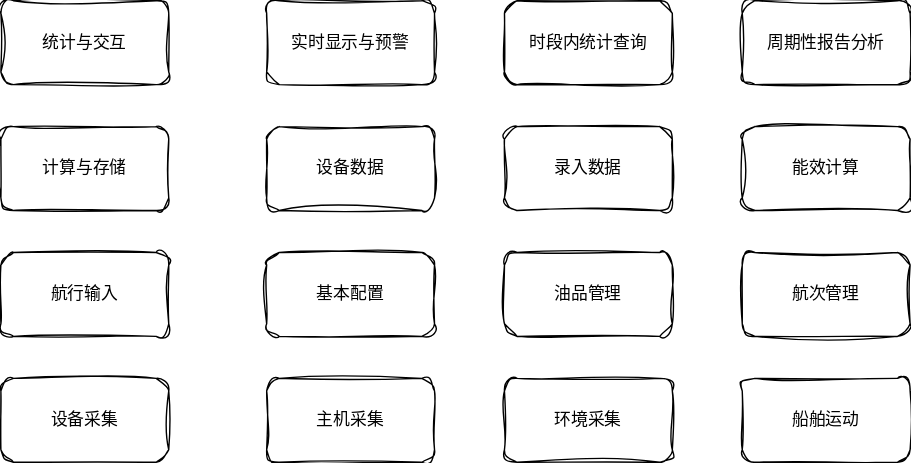
Above: 702-能效.drawio.svg in lzdong0714/note (draw.io), before the change. Source tidied: cells renumbered, new cells last; positions are measured from the earlier drawing's top-left corner, leaving out a move shared by most shapes. The source it was exported from:
```xml
<mxGraphModel>
  <root>
    <mxCell id="0" />
    <mxCell id="1" parent="0" />
    <mxCell id="2" value="航行输入" style="rounded=1;whiteSpace=wrap;html=1;sketch=1;hachureGap=4;jiggle=2;curveFitting=1;fontFamily=Architects Daughter;fontSource=https%3A%2F%2Ffonts.googleapis.com%2Fcss%3Ffamily%3DArchitects%2BDaughter;" parent="1" vertex="1">
      <mxGeometry y="180" width="120" height="60" as="geometry" />
    </mxCell>
    <mxCell id="3" value="设备采集" style="rounded=1;whiteSpace=wrap;html=1;sketch=1;hachureGap=4;jiggle=2;curveFitting=1;fontFamily=Architects Daughter;fontSource=https%3A%2F%2Ffonts.googleapis.com%2Fcss%3Ffamily%3DArchitects%2BDaughter;" parent="1" vertex="1">
      <mxGeometry y="270" width="120" height="60" as="geometry" />
    </mxCell>
    <mxCell id="4" value="计算与存储" style="rounded=1;whiteSpace=wrap;html=1;sketch=1;hachureGap=4;jiggle=2;curveFitting=1;fontFamily=Architects Daughter;fontSource=https%3A%2F%2Ffonts.googleapis.com%2Fcss%3Ffamily%3DArchitects%2BDaughter;" parent="1" vertex="1">
      <mxGeometry y="90" width="120" height="60" as="geometry" />
    </mxCell>
    <mxCell id="5" value="统计与交互" style="rounded=1;whiteSpace=wrap;html=1;sketch=1;hachureGap=4;jiggle=2;curveFitting=1;fontFamily=Architects Daughter;fontSource=https%3A%2F%2Ffonts.googleapis.com%2Fcss%3Ffamily%3DArchitects%2BDaughter;" parent="1" vertex="1">
      <mxGeometry width="120" height="60" as="geometry" />
    </mxCell>
    <mxCell id="6" value="主机采集" style="rounded=1;whiteSpace=wrap;html=1;sketch=1;hachureGap=4;jiggle=2;curveFitting=1;fontFamily=Architects Daughter;fontSource=https%3A%2F%2Ffonts.googleapis.com%2Fcss%3Ffamily%3DArchitects%2BDaughter;" parent="1" vertex="1">
      <mxGeometry x="190" y="270" width="120" height="60" as="geometry" />
    </mxCell>
    <mxCell id="7" value="环境采集" style="rounded=1;whiteSpace=wrap;html=1;sketch=1;hachureGap=4;jiggle=2;curveFitting=1;fontFamily=Architects Daughter;fontSource=https%3A%2F%2Ffonts.googleapis.com%2Fcss%3Ffamily%3DArchitects%2BDaughter;" parent="1" vertex="1">
      <mxGeometry x="360" y="270" width="120" height="60" as="geometry" />
    </mxCell>
    <mxCell id="8" value="船舶运动" style="rounded=1;whiteSpace=wrap;html=1;sketch=1;hachureGap=4;jiggle=2;curveFitting=1;fontFamily=Architects Daughter;fontSource=https%3A%2F%2Ffonts.googleapis.com%2Fcss%3Ffamily%3DArchitects%2BDaughter;" parent="1" vertex="1">
      <mxGeometry x="530" y="270" width="120" height="60" as="geometry" />
    </mxCell>
    <mxCell id="9" value="基本配置" style="rounded=1;whiteSpace=wrap;html=1;sketch=1;hachureGap=4;jiggle=2;curveFitting=1;fontFamily=Architects Daughter;fontSource=https%3A%2F%2Ffonts.googleapis.com%2Fcss%3Ffamily%3DArchitects%2BDaughter;" parent="1" vertex="1">
      <mxGeometry x="190" y="180" width="120" height="60" as="geometry" />
    </mxCell>
    <mxCell id="10" value="油品管理" style="rounded=1;whiteSpace=wrap;html=1;sketch=1;hachureGap=4;jiggle=2;curveFitting=1;fontFamily=Architects Daughter;fontSource=https%3A%2F%2Ffonts.googleapis.com%2Fcss%3Ffamily%3DArchitects%2BDaughter;" parent="1" vertex="1">
      <mxGeometry x="360" y="180" width="120" height="60" as="geometry" />
    </mxCell>
    <mxCell id="11" value="航次管理" style="rounded=1;whiteSpace=wrap;html=1;sketch=1;hachureGap=4;jiggle=2;curveFitting=1;fontFamily=Architects Daughter;fontSource=https%3A%2F%2Ffonts.googleapis.com%2Fcss%3Ffamily%3DArchitects%2BDaughter;" parent="1" vertex="1">
      <mxGeometry x="530" y="180" width="120" height="60" as="geometry" />
    </mxCell>
    <mxCell id="12" value="设备数据" style="rounded=1;whiteSpace=wrap;html=1;sketch=1;hachureGap=4;jiggle=2;curveFitting=1;fontFamily=Architects Daughter;fontSource=https%3A%2F%2Ffonts.googleapis.com%2Fcss%3Ffamily%3DArchitects%2BDaughter;" parent="1" vertex="1">
      <mxGeometry x="190" y="90" width="120" height="60" as="geometry" />
    </mxCell>
    <mxCell id="13" value="录入数据" style="rounded=1;whiteSpace=wrap;html=1;sketch=1;hachureGap=4;jiggle=2;curveFitting=1;fontFamily=Architects Daughter;fontSource=https%3A%2F%2Ffonts.googleapis.com%2Fcss%3Ffamily%3DArchitects%2BDaughter;" parent="1" vertex="1">
      <mxGeometry x="360" y="90" width="120" height="60" as="geometry" />
    </mxCell>
    <mxCell id="14" value="能效计算" style="rounded=1;whiteSpace=wrap;html=1;sketch=1;hachureGap=4;jiggle=2;curveFitting=1;fontFamily=Architects Daughter;fontSource=https%3A%2F%2Ffonts.googleapis.com%2Fcss%3Ffamily%3DArchitects%2BDaughter;" parent="1" vertex="1">
      <mxGeometry x="530" y="90" width="120" height="60" as="geometry" />
    </mxCell>
    <mxCell id="15" value="实时显示与预警" style="rounded=1;whiteSpace=wrap;html=1;sketch=1;hachureGap=4;jiggle=2;curveFitting=1;fontFamily=Architects Daughter;fontSource=https%3A%2F%2Ffonts.googleapis.com%2Fcss%3Ffamily%3DArchitects%2BDaughter;" parent="1" vertex="1">
      <mxGeometry x="190" width="120" height="60" as="geometry" />
    </mxCell>
    <mxCell id="16" value="时段内统计查询" style="rounded=1;whiteSpace=wrap;html=1;sketch=1;hachureGap=4;jiggle=2;curveFitting=1;fontFamily=Architects Daughter;fontSource=https%3A%2F%2Ffonts.googleapis.com%2Fcss%3Ffamily%3DArchitects%2BDaughter;" parent="1" vertex="1">
      <mxGeometry x="360" width="120" height="60" as="geometry" />
    </mxCell>
    <mxCell id="17" value="周期性报告分析" style="rounded=1;whiteSpace=wrap;html=1;sketch=1;hachureGap=4;jiggle=2;curveFitting=1;fontFamily=Architects Daughter;fontSource=https%3A%2F%2Ffonts.googleapis.com%2Fcss%3Ffamily%3DArchitects%2BDaughter;" parent="1" vertex="1">
      <mxGeometry x="530" width="120" height="60" as="geometry" />
    </mxCell>
  </root>
</mxGraphModel>
```
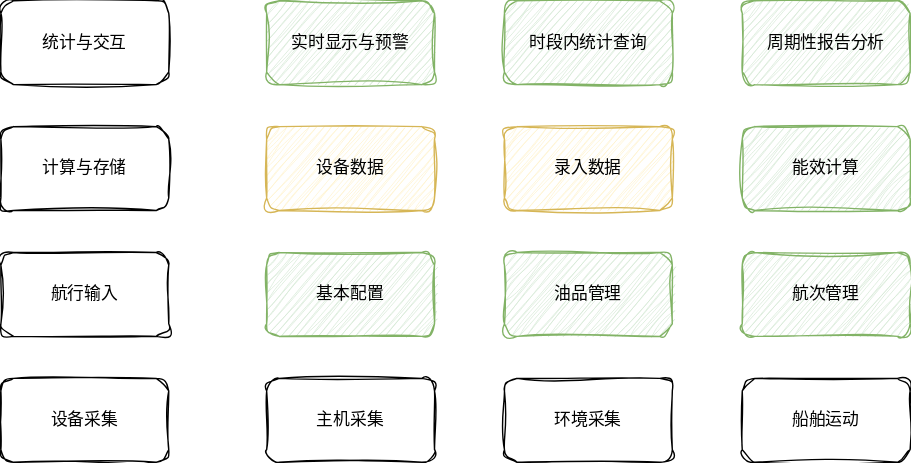
After the commit.

The edit, as a diff of the source:
```diff
@@ -23,31 +23,31 @@
     <mxCell id="8" value="船舶运动" style="rounded=1;whiteSpace=wrap;html=1;sketch=1;hachureGap=4;jiggle=2;curveFitting=1;fontFamily=Architects Daughter;fontSource=https%3A%2F%2Ffonts.googleapis.com%2Fcss%3Ffamily%3DArchitects%2BDaughter;" parent="1" vertex="1">
       <mxGeometry x="530" y="270" width="120" height="60" as="geometry" />
     </mxCell>
-    <mxCell id="9" value="基本配置" style="rounded=1;whiteSpace=wrap;html=1;sketch=1;hachureGap=4;jiggle=2;curveFitting=1;fontFamily=Architects Daughter;fontSource=https%3A%2F%2Ffonts.googleapis.com%2Fcss%3Ffamily%3DArchitects%2BDaughter;" parent="1" vertex="1">
+    <mxCell id="9" value="基本配置" style="rounded=1;whiteSpace=wrap;html=1;sketch=1;hachureGap=4;jiggle=2;curveFitting=1;fontFamily=Architects Daughter;fontSource=https%3A%2F%2Ffonts.googleapis.com%2Fcss%3Ffamily%3DArchitects%2BDaughter;fillColor=#d5e8d4;strokeColor=#82b366;" parent="1" vertex="1">
       <mxGeometry x="190" y="180" width="120" height="60" as="geometry" />
     </mxCell>
-    <mxCell id="10" value="油品管理" style="rounded=1;whiteSpace=wrap;html=1;sketch=1;hachureGap=4;jiggle=2;curveFitting=1;fontFamily=Architects Daughter;fontSource=https%3A%2F%2Ffonts.googleapis.com%2Fcss%3Ffamily%3DArchitects%2BDaughter;" parent="1" vertex="1">
+    <mxCell id="10" value="油品管理" style="rounded=1;whiteSpace=wrap;html=1;sketch=1;hachureGap=4;jiggle=2;curveFitting=1;fontFamily=Architects Daughter;fontSource=https%3A%2F%2Ffonts.googleapis.com%2Fcss%3Ffamily%3DArchitects%2BDaughter;fillColor=#d5e8d4;strokeColor=#82b366;" parent="1" vertex="1">
       <mxGeometry x="360" y="180" width="120" height="60" as="geometry" />
     </mxCell>
-    <mxCell id="11" value="航次管理" style="rounded=1;whiteSpace=wrap;html=1;sketch=1;hachureGap=4;jiggle=2;curveFitting=1;fontFamily=Architects Daughter;fontSource=https%3A%2F%2Ffonts.googleapis.com%2Fcss%3Ffamily%3DArchitects%2BDaughter;" parent="1" vertex="1">
+    <mxCell id="11" value="航次管理" style="rounded=1;whiteSpace=wrap;html=1;sketch=1;hachureGap=4;jiggle=2;curveFitting=1;fontFamily=Architects Daughter;fontSource=https%3A%2F%2Ffonts.googleapis.com%2Fcss%3Ffamily%3DArchitects%2BDaughter;fillColor=#d5e8d4;strokeColor=#82b366;" parent="1" vertex="1">
       <mxGeometry x="530" y="180" width="120" height="60" as="geometry" />
     </mxCell>
-    <mxCell id="12" value="设备数据" style="rounded=1;whiteSpace=wrap;html=1;sketch=1;hachureGap=4;jiggle=2;curveFitting=1;fontFamily=Architects Daughter;fontSource=https%3A%2F%2Ffonts.googleapis.com%2Fcss%3Ffamily%3DArchitects%2BDaughter;" parent="1" vertex="1">
+    <mxCell id="12" value="设备数据" style="rounded=1;whiteSpace=wrap;html=1;sketch=1;hachureGap=4;jiggle=2;curveFitting=1;fontFamily=Architects Daughter;fontSource=https%3A%2F%2Ffonts.googleapis.com%2Fcss%3Ffamily%3DArchitects%2BDaughter;fillColor=#fff2cc;strokeColor=#d6b656;" parent="1" vertex="1">
       <mxGeometry x="190" y="90" width="120" height="60" as="geometry" />
     </mxCell>
-    <mxCell id="13" value="录入数据" style="rounded=1;whiteSpace=wrap;html=1;sketch=1;hachureGap=4;jiggle=2;curveFitting=1;fontFamily=Architects Daughter;fontSource=https%3A%2F%2Ffonts.googleapis.com%2Fcss%3Ffamily%3DArchitects%2BDaughter;" parent="1" vertex="1">
+    <mxCell id="13" value="录入数据" style="rounded=1;whiteSpace=wrap;html=1;sketch=1;hachureGap=4;jiggle=2;curveFitting=1;fontFamily=Architects Daughter;fontSource=https%3A%2F%2Ffonts.googleapis.com%2Fcss%3Ffamily%3DArchitects%2BDaughter;fillColor=#fff2cc;strokeColor=#d6b656;" parent="1" vertex="1">
       <mxGeometry x="360" y="90" width="120" height="60" as="geometry" />
     </mxCell>
-    <mxCell id="14" value="能效计算" style="rounded=1;whiteSpace=wrap;html=1;sketch=1;hachureGap=4;jiggle=2;curveFitting=1;fontFamily=Architects Daughter;fontSource=https%3A%2F%2Ffonts.googleapis.com%2Fcss%3Ffamily%3DArchitects%2BDaughter;" parent="1" vertex="1">
+    <mxCell id="14" value="能效计算" style="rounded=1;whiteSpace=wrap;html=1;sketch=1;hachureGap=4;jiggle=2;curveFitting=1;fontFamily=Architects Daughter;fontSource=https%3A%2F%2Ffonts.googleapis.com%2Fcss%3Ffamily%3DArchitects%2BDaughter;fillColor=#d5e8d4;strokeColor=#82b366;" parent="1" vertex="1">
       <mxGeometry x="530" y="90" width="120" height="60" as="geometry" />
     </mxCell>
-    <mxCell id="15" value="实时显示与预警" style="rounded=1;whiteSpace=wrap;html=1;sketch=1;hachureGap=4;jiggle=2;curveFitting=1;fontFamily=Architects Daughter;fontSource=https%3A%2F%2Ffonts.googleapis.com%2Fcss%3Ffamily%3DArchitects%2BDaughter;" parent="1" vertex="1">
+    <mxCell id="15" value="实时显示与预警" style="rounded=1;whiteSpace=wrap;html=1;sketch=1;hachureGap=4;jiggle=2;curveFitting=1;fontFamily=Architects Daughter;fontSource=https%3A%2F%2Ffonts.googleapis.com%2Fcss%3Ffamily%3DArchitects%2BDaughter;fillColor=#d5e8d4;strokeColor=#82b366;" parent="1" vertex="1">
       <mxGeometry x="190" width="120" height="60" as="geometry" />
     </mxCell>
-    <mxCell id="16" value="时段内统计查询" style="rounded=1;whiteSpace=wrap;html=1;sketch=1;hachureGap=4;jiggle=2;curveFitting=1;fontFamily=Architects Daughter;fontSource=https%3A%2F%2Ffonts.googleapis.com%2Fcss%3Ffamily%3DArchitects%2BDaughter;" parent="1" vertex="1">
+    <mxCell id="16" value="时段内统计查询" style="rounded=1;whiteSpace=wrap;html=1;sketch=1;hachureGap=4;jiggle=2;curveFitting=1;fontFamily=Architects Daughter;fontSource=https%3A%2F%2Ffonts.googleapis.com%2Fcss%3Ffamily%3DArchitects%2BDaughter;fillColor=#d5e8d4;strokeColor=#82b366;" parent="1" vertex="1">
       <mxGeometry x="360" width="120" height="60" as="geometry" />
     </mxCell>
-    <mxCell id="17" value="周期性报告分析" style="rounded=1;whiteSpace=wrap;html=1;sketch=1;hachureGap=4;jiggle=2;curveFitting=1;fontFamily=Architects Daughter;fontSource=https%3A%2F%2Ffonts.googleapis.com%2Fcss%3Ffamily%3DArchitects%2BDaughter;" parent="1" vertex="1">
+    <mxCell id="17" value="周期性报告分析" style="rounded=1;whiteSpace=wrap;html=1;sketch=1;hachureGap=4;jiggle=2;curveFitting=1;fontFamily=Architects Daughter;fontSource=https%3A%2F%2Ffonts.googleapis.com%2Fcss%3Ffamily%3DArchitects%2BDaughter;fillColor=#d5e8d4;strokeColor=#82b366;" parent="1" vertex="1">
       <mxGeometry x="530" width="120" height="60" as="geometry" />
     </mxCell>
   </root>
```
